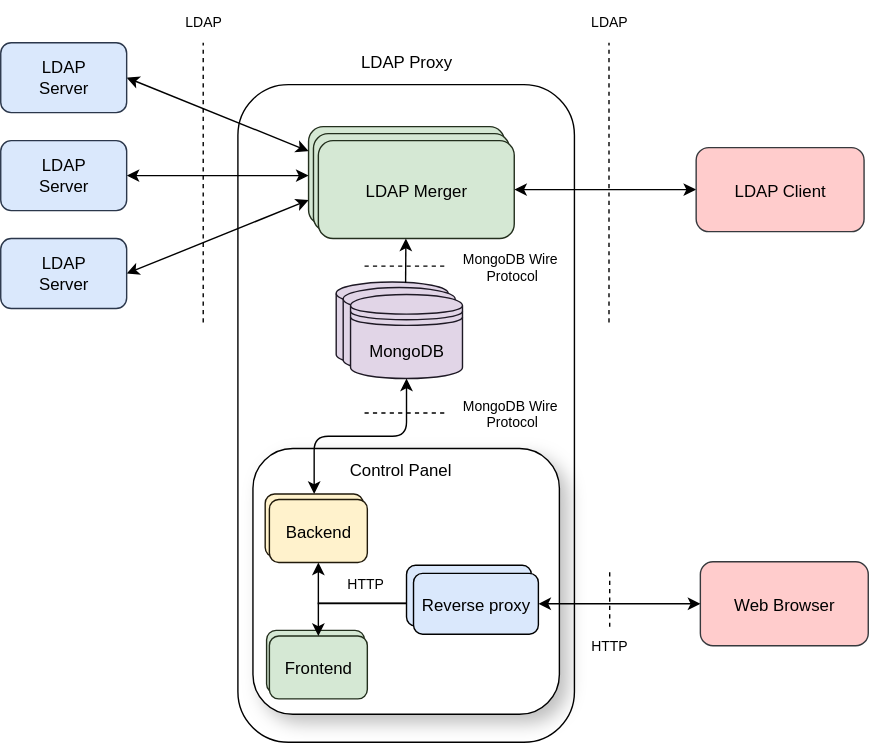
This is reports/arch.drawio.svg from eutampieri/ldap-proxy, a draw.io export, as it was before one commit. Source tidied: cells renumbered, new cells last; positions are measured from the earlier drawing's top-left corner, leaving out a move shared by most shapes.
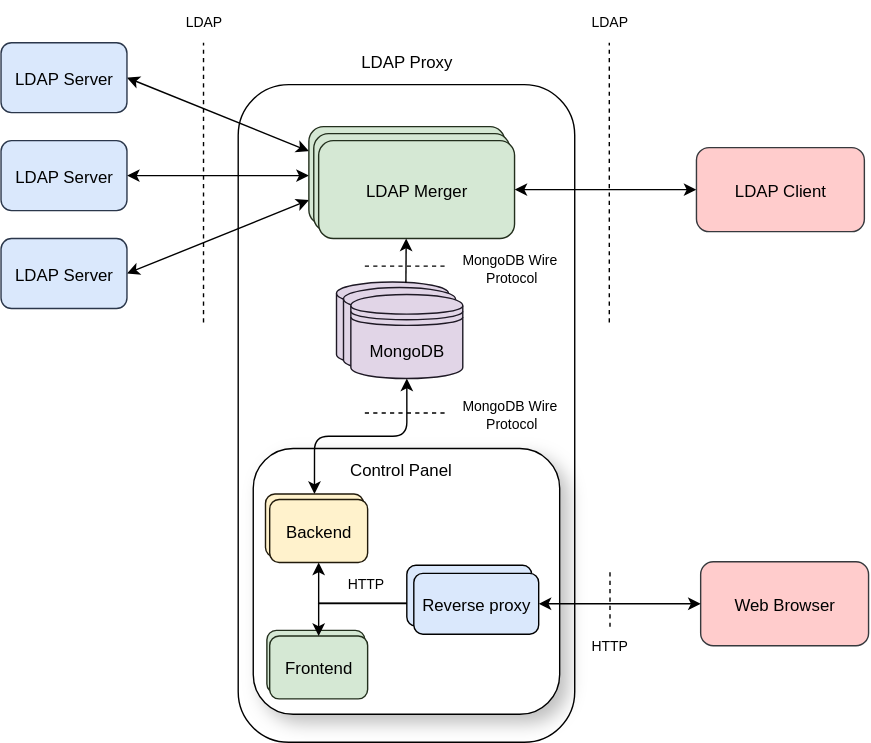
After the commit.

Diff of the diagram source:
```diff
@@ -26,13 +26,13 @@
     <mxCell id="9" value="LDAP Merger" style="rounded=1;whiteSpace=wrap;html=1;fillColor=#d5e8d4;strokeColor=#232F1D;convertToSvg=1;" parent="1" vertex="1">
       <mxGeometry x="220" y="90" width="140" height="70" as="geometry" />
     </mxCell>
-    <mxCell id="10" value="LDAP&lt;br&gt;Server" style="rounded=1;whiteSpace=wrap;html=1;fillColor=#dae8fc;strokeColor=#2B374B;convertToSvg=1;" parent="1" vertex="1">
+    <mxCell id="10" value="LDAP&amp;nbsp;Server" style="rounded=1;whiteSpace=wrap;html=1;fillColor=#dae8fc;strokeColor=#2B374B;convertToSvg=1;" parent="1" vertex="1">
       <mxGeometry y="30" width="90" height="50" as="geometry" />
     </mxCell>
-    <mxCell id="11" value="LDAP&lt;br&gt;Server" style="rounded=1;whiteSpace=wrap;html=1;fillColor=#dae8fc;strokeColor=#2B374B;convertToSvg=1;" parent="1" vertex="1">
+    <mxCell id="11" value="LDAP Server" style="rounded=1;whiteSpace=wrap;html=1;fillColor=#dae8fc;strokeColor=#2B374B;convertToSvg=1;" parent="1" vertex="1">
       <mxGeometry y="100" width="90" height="50" as="geometry" />
     </mxCell>
-    <mxCell id="12" value="LDAP&lt;br&gt;Server" style="rounded=1;whiteSpace=wrap;html=1;fillColor=#dae8fc;strokeColor=#2B374B;convertToSvg=1;" parent="1" vertex="1">
+    <mxCell id="12" value="LDAP&amp;nbsp;Server" style="rounded=1;whiteSpace=wrap;html=1;fillColor=#dae8fc;strokeColor=#2B374B;convertToSvg=1;" parent="1" vertex="1">
       <mxGeometry y="170" width="90" height="50" as="geometry" />
     </mxCell>
     <mxCell id="13" style="endArrow=none;dashed=1;html=1;rounded=0;convertToSvg=1;" parent="1" edge="1">
@@ -50,9 +50,6 @@
         <mxPoint x="320" y="189.7" as="targetPoint" />
       </mxGeometry>
     </mxCell>
-    <mxCell id="16" value="MongoDB Wire&amp;nbsp;&lt;div&gt;Protocol&lt;/div&gt;" style="text;html=1;align=center;verticalAlign=middle;strokeColor=none;fillColor=none;fontSize=10;convertToSvg=1;" parent="1" vertex="1">
-      <mxGeometry x="320" y="170" width="90" height="40" as="geometry" />
-    </mxCell>
     <mxCell id="17" style="rounded=1;whiteSpace=wrap;html=1;fillColor=default;fillStyle=solid;shadow=1;shadowOffsetX=6;shadowOffsetY=6;shadowBlur=6;convertToSvg=1;" parent="1" vertex="1">
       <mxGeometry x="180.2" y="320" width="219" height="190" as="geometry" />
     </mxCell>
@@ -65,9 +62,6 @@
         <mxPoint x="320" y="294.7" as="targetPoint" />
       </mxGeometry>
     </mxCell>
-    <mxCell id="20" value="MongoDB Wire&amp;nbsp;&lt;div&gt;Protocol&lt;/div&gt;" style="text;html=1;align=center;verticalAlign=middle;strokeColor=none;fillColor=none;fontSize=10;convertToSvg=1;" parent="1" vertex="1">
-      <mxGeometry x="320" y="275" width="90" height="40" as="geometry" />
-    </mxCell>
     <mxCell id="21" value="Control Panel" style="text;html=1;align=center;verticalAlign=middle;strokeColor=none;fillColor=none;convertToSvg=1;" parent="1" vertex="1">
       <mxGeometry x="235.8" y="320" width="100" height="30" as="geometry" />
     </mxCell>
@@ -167,5 +161,23 @@
     <mxCell id="47" value="Backend" style="rounded=1;whiteSpace=wrap;html=1;fillColor=#fff2cc;strokeColor=#211A0B;convertToSvg=1;" parent="45" vertex="1">
       <mxGeometry x="3" y="4" width="70" height="45" as="geometry" />
     </mxCell>
+    <mxCell id="48" style="group;" parent="1" vertex="1">
+      <mxGeometry x="320" y="274" width="90" height="43" as="geometry" />
+    </mxCell>
+    <mxCell id="20" value="MongoDB Wire&amp;nbsp;" style="text;html=1;align=center;verticalAlign=middle;strokeColor=none;fillColor=none;fontSize=10;convertToSvg=1;" parent="48" vertex="1">
+      <mxGeometry width="90" height="30" as="geometry" />
+    </mxCell>
+    <mxCell id="49" value="Protocol" style="text;html=1;align=center;verticalAlign=middle;strokeColor=none;fillColor=none;fontSize=10;convertToSvg=1;" parent="48" vertex="1">
+      <mxGeometry x="15" y="13" width="60" height="30" as="geometry" />
+    </mxCell>
+    <mxCell id="50" style="group;" parent="1" vertex="1">
+      <mxGeometry x="320" y="170" width="90" height="43" as="geometry" />
+    </mxCell>
+    <mxCell id="51" value="MongoDB Wire&amp;nbsp;" style="text;html=1;align=center;verticalAlign=middle;strokeColor=none;fillColor=none;fontSize=10;convertToSvg=1;" parent="50" vertex="1">
+      <mxGeometry width="90" height="30" as="geometry" />
+    </mxCell>
+    <mxCell id="52" value="Protocol" style="text;html=1;align=center;verticalAlign=middle;strokeColor=none;fillColor=none;fontSize=10;convertToSvg=1;" parent="50" vertex="1">
+      <mxGeometry x="15" y="13" width="60" height="30" as="geometry" />
+    </mxCell>
   </root>
 </mxGraphModel>
```
